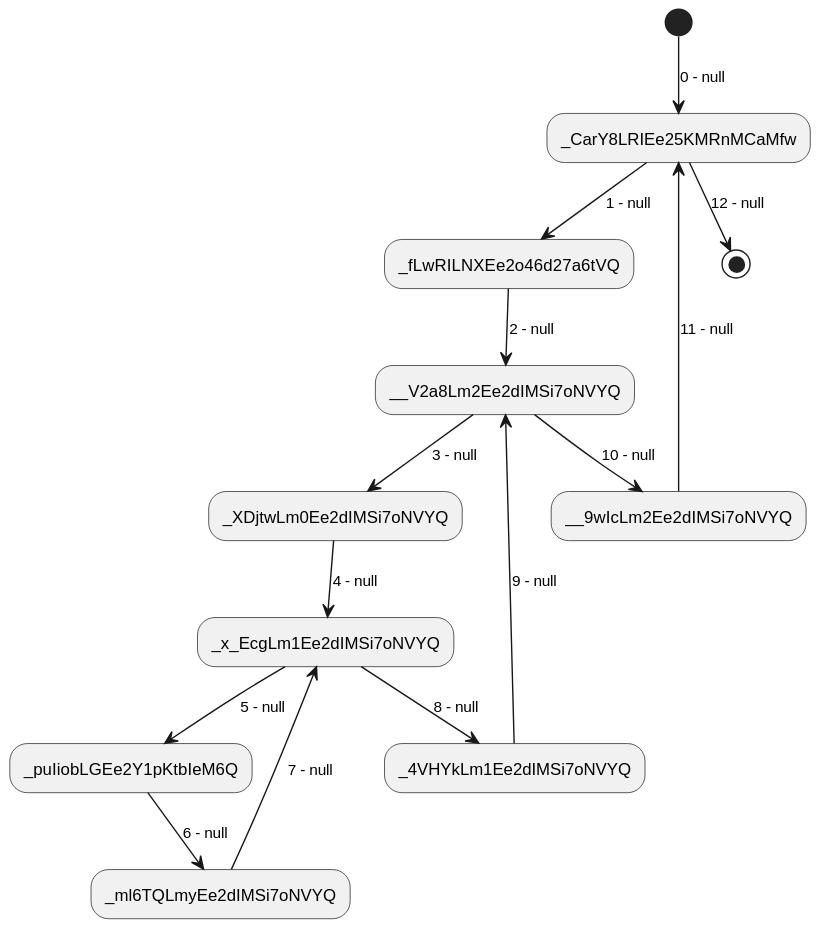
Earlier version of the PlantUML export output/action-sequence_0.svg (abunai-dev/DiagramGenerator).
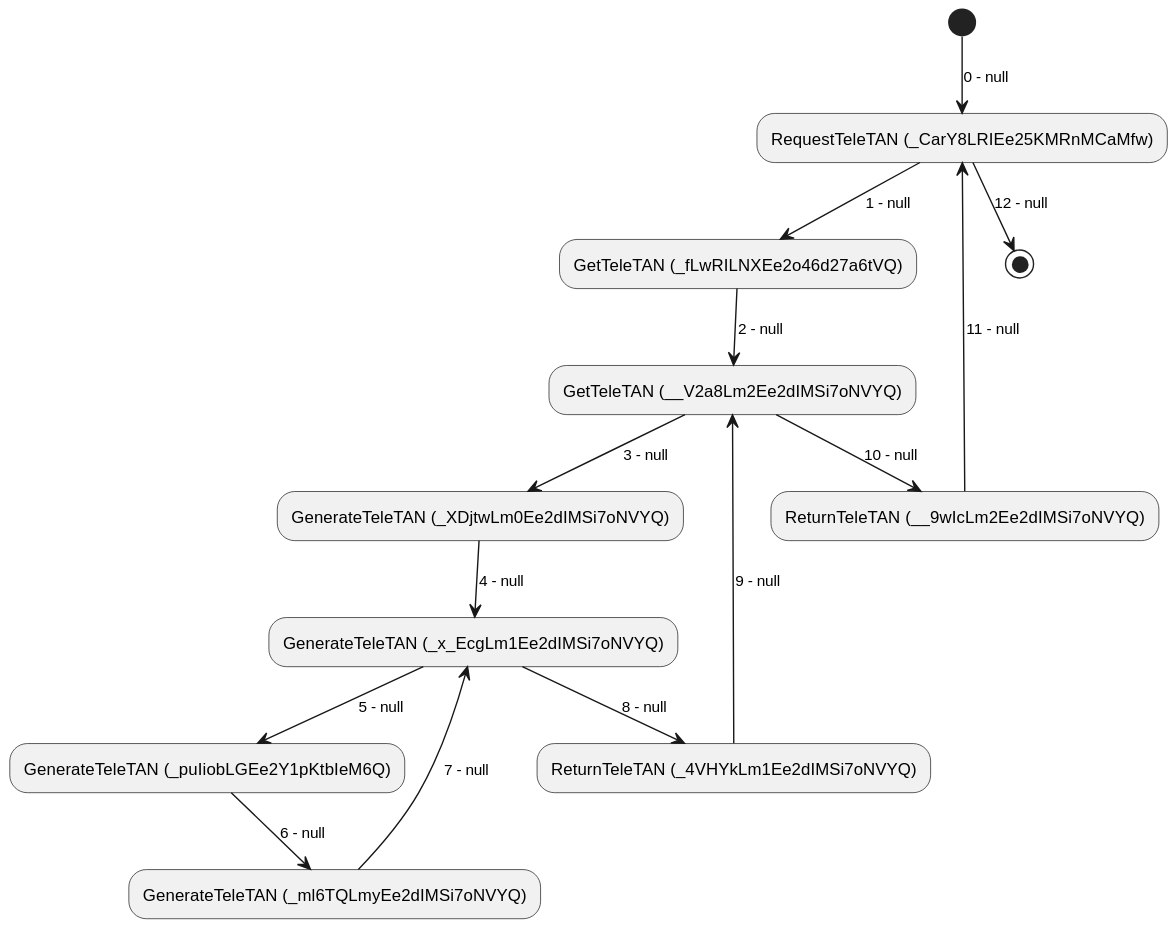
The same diagram one commit later.

What changed in the source:
```diff
@@ -1,15 +1,15 @@
 @startuml
-(*) --> [0 - null] "_CarY8LRIEe25KMRnMCaMfw"
-"_CarY8LRIEe25KMRnMCaMfw" --> [1 - null] "_fLwRILNXEe2o46d27a6tVQ"
-"_fLwRILNXEe2o46d27a6tVQ" --> [2 - null] "__V2a8Lm2Ee2dIMSi7oNVYQ"
-"__V2a8Lm2Ee2dIMSi7oNVYQ" --> [3 - null] "_XDjtwLm0Ee2dIMSi7oNVYQ"
-"_XDjtwLm0Ee2dIMSi7oNVYQ" --> [4 - null] "_x_EcgLm1Ee2dIMSi7oNVYQ"
-"_x_EcgLm1Ee2dIMSi7oNVYQ" --> [5 - null] "_puIiobLGEe2Y1pKtbIeM6Q"
-"_puIiobLGEe2Y1pKtbIeM6Q" --> [6 - null] "_ml6TQLmyEe2dIMSi7oNVYQ"
-"_ml6TQLmyEe2dIMSi7oNVYQ" --> [7 - null] "_x_EcgLm1Ee2dIMSi7oNVYQ"
-"_x_EcgLm1Ee2dIMSi7oNVYQ" --> [8 - null] "_4VHYkLm1Ee2dIMSi7oNVYQ"
-"_4VHYkLm1Ee2dIMSi7oNVYQ" --> [9 - null] "__V2a8Lm2Ee2dIMSi7oNVYQ"
-"__V2a8Lm2Ee2dIMSi7oNVYQ" --> [10 - null] "__9wIcLm2Ee2dIMSi7oNVYQ"
-"__9wIcLm2Ee2dIMSi7oNVYQ" --> [11 - null] "_CarY8LRIEe25KMRnMCaMfw"
-"_CarY8LRIEe25KMRnMCaMfw" --> [12 - null] (*)
+(*) --> [0 - null] "RequestTeleTAN (_CarY8LRIEe25KMRnMCaMfw)"
+"RequestTeleTAN (_CarY8LRIEe25KMRnMCaMfw)" --> [1 - null] "GetTeleTAN (_fLwRILNXEe2o46d27a6tVQ)"
+"GetTeleTAN (_fLwRILNXEe2o46d27a6tVQ)" --> [2 - null] "GetTeleTAN (__V2a8Lm2Ee2dIMSi7oNVYQ)"
+"GetTeleTAN (__V2a8Lm2Ee2dIMSi7oNVYQ)" --> [3 - null] "GenerateTeleTAN (_XDjtwLm0Ee2dIMSi7oNVYQ)"
+"GenerateTeleTAN (_XDjtwLm0Ee2dIMSi7oNVYQ)" --> [4 - null] "GenerateTeleTAN (_x_EcgLm1Ee2dIMSi7oNVYQ)"
+"GenerateTeleTAN (_x_EcgLm1Ee2dIMSi7oNVYQ)" --> [5 - null] "GenerateTeleTAN (_puIiobLGEe2Y1pKtbIeM6Q)"
+"GenerateTeleTAN (_puIiobLGEe2Y1pKtbIeM6Q)" --> [6 - null] "GenerateTeleTAN (_ml6TQLmyEe2dIMSi7oNVYQ)"
+"GenerateTeleTAN (_ml6TQLmyEe2dIMSi7oNVYQ)" --> [7 - null] "GenerateTeleTAN (_x_EcgLm1Ee2dIMSi7oNVYQ)"
+"GenerateTeleTAN (_x_EcgLm1Ee2dIMSi7oNVYQ)" --> [8 - null] "ReturnTeleTAN (_4VHYkLm1Ee2dIMSi7oNVYQ)"
+"ReturnTeleTAN (_4VHYkLm1Ee2dIMSi7oNVYQ)" --> [9 - null] "GetTeleTAN (__V2a8Lm2Ee2dIMSi7oNVYQ)"
+"GetTeleTAN (__V2a8Lm2Ee2dIMSi7oNVYQ)" --> [10 - null] "ReturnTeleTAN (__9wIcLm2Ee2dIMSi7oNVYQ)"
+"ReturnTeleTAN (__9wIcLm2Ee2dIMSi7oNVYQ)" --> [11 - null] "RequestTeleTAN (_CarY8LRIEe25KMRnMCaMfw)"
+"RequestTeleTAN (_CarY8LRIEe25KMRnMCaMfw)" --> [12 - null] (*)
 @enduml
```
